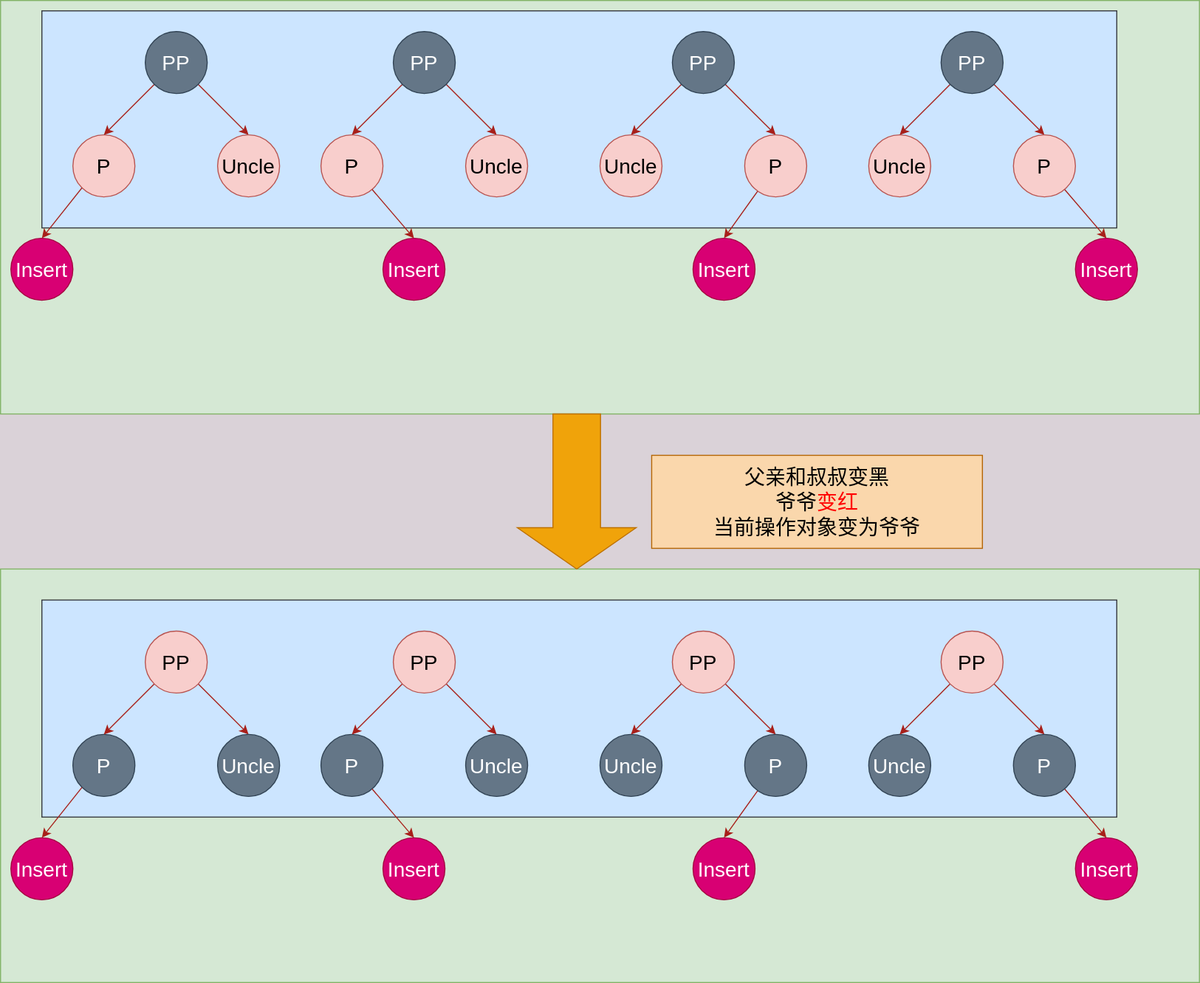
Jinhua-Lee/DsAndAlg keeps this draw.io diagram as Ds/Summary/images/红黑树_插入_父结点红_叔叔结点红.svg. Above is the earlier version. Source tidied: cells renumbered, new cells last; positions are measured from the earlier drawing's top-left corner, leaving out a move shared by most shapes.
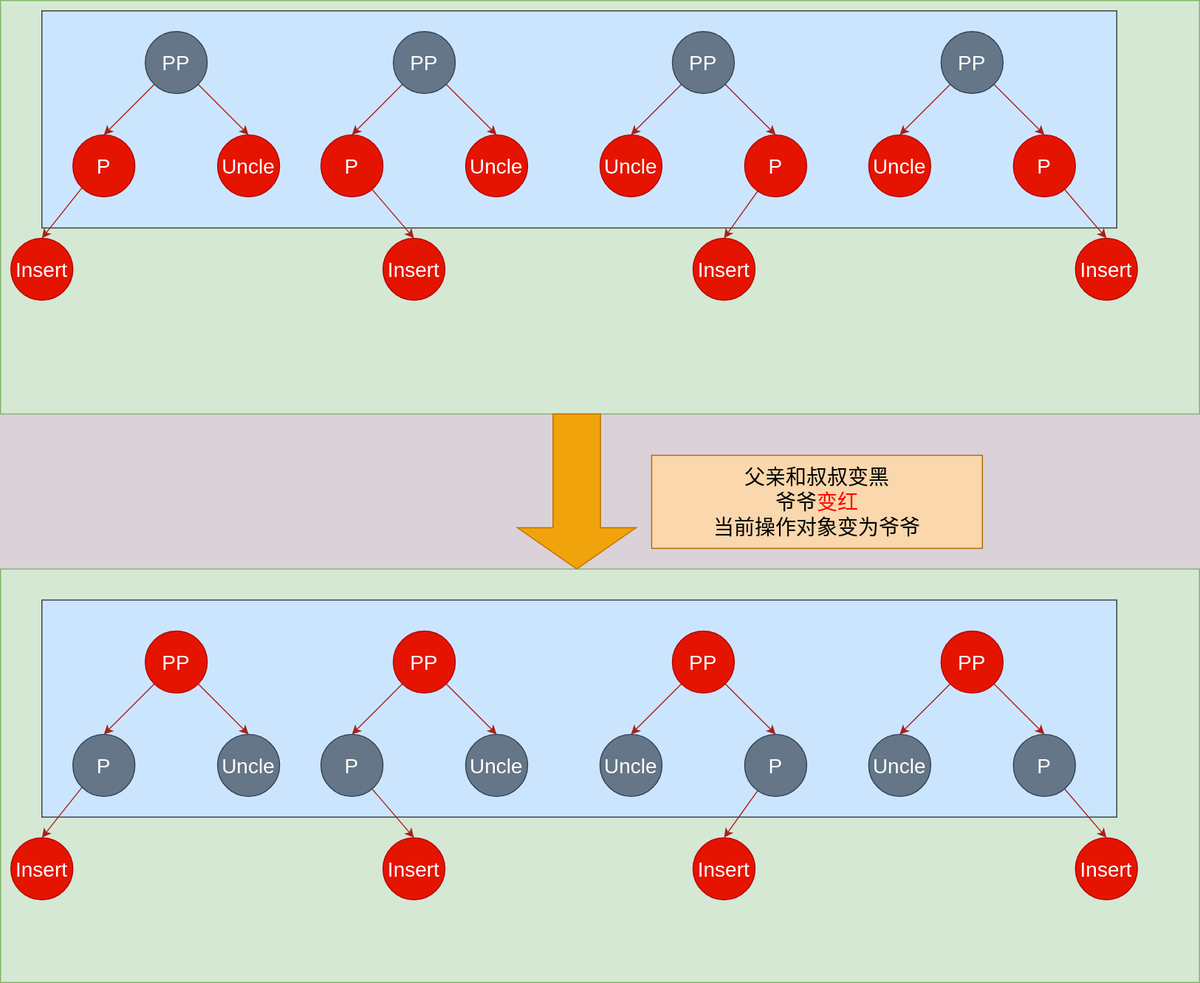
The same diagram one commit later.

The edit, as a diff of the source:
```diff
@@ -14,7 +14,7 @@
     <mxCell id="5" style="rounded=0;whiteSpace=wrap;html=1;fillColor=#cce5ff;strokeColor=#36393d;" parent="1" vertex="1">
       <mxGeometry x="40" y="580" width="1040" height="210" as="geometry" />
     </mxCell>
-    <mxCell id="6" value="&lt;font style=&quot;font-size: 20px&quot;&gt;P&lt;/font&gt;" style="ellipse;whiteSpace=wrap;html=1;fillColor=#f8cecc;strokeColor=#b85450;" parent="1" vertex="1">
+    <mxCell id="6" value="&lt;font style=&quot;font-size: 20px&quot;&gt;P&lt;/font&gt;" style="ellipse;whiteSpace=wrap;html=1;fillColor=#e51400;strokeColor=#B20000;fontColor=#ffffff;" parent="1" vertex="1">
       <mxGeometry x="70" y="130" width="60" height="60" as="geometry" />
     </mxCell>
     <mxCell id="7" style="rounded=0;jettySize=auto;html=1;exitX=0;exitY=1;exitDx=0;exitDy=0;entryX=0.5;entryY=0;entryDx=0;entryDy=0;strokeColor=#A8201A;labelBackgroundColor=#DAD2D8;fontColor=#143642;" parent="1" edge="1" source="9" target="6">
@@ -29,13 +29,13 @@
     <mxCell id="10" style="rounded=0;jettySize=auto;html=1;exitX=0;exitY=1;exitDx=0;exitDy=0;labelBackgroundColor=#DAD2D8;strokeColor=#A8201A;fontColor=#143642;entryX=0.5;entryY=0;entryDx=0;entryDy=0;" parent="1" edge="1" source="6" target="12">
       <mxGeometry relative="1" as="geometry" />
     </mxCell>
-    <mxCell id="11" value="&lt;font style=&quot;font-size: 20px&quot;&gt;Uncle&lt;/font&gt;" style="ellipse;whiteSpace=wrap;html=1;fillColor=#f8cecc;strokeColor=#b85450;" parent="1" vertex="1">
+    <mxCell id="11" value="&lt;font style=&quot;font-size: 20px&quot;&gt;Uncle&lt;/font&gt;" style="ellipse;whiteSpace=wrap;html=1;fillColor=#e51400;strokeColor=#B20000;fontColor=#ffffff;" parent="1" vertex="1">
       <mxGeometry x="210" y="130" width="60" height="60" as="geometry" />
     </mxCell>
-    <mxCell id="12" value="&lt;font style=&quot;font-size: 20px&quot;&gt;Insert&lt;/font&gt;" style="ellipse;whiteSpace=wrap;html=1;fillColor=#d80073;strokeColor=#A50040;fontColor=#ffffff;" parent="1" vertex="1">
+    <mxCell id="12" value="&lt;font style=&quot;font-size: 20px&quot;&gt;Insert&lt;/font&gt;" style="ellipse;whiteSpace=wrap;html=1;fillColor=#e51400;strokeColor=#B20000;fontColor=#ffffff;" parent="1" vertex="1">
       <mxGeometry x="10" y="230" width="60" height="60" as="geometry" />
     </mxCell>
-    <mxCell id="13" value="&lt;font style=&quot;font-size: 20px&quot;&gt;P&lt;/font&gt;" style="ellipse;whiteSpace=wrap;html=1;fillColor=#f8cecc;strokeColor=#b85450;" parent="1" vertex="1">
+    <mxCell id="13" value="&lt;font style=&quot;font-size: 20px&quot;&gt;P&lt;/font&gt;" style="ellipse;whiteSpace=wrap;html=1;fillColor=#e51400;strokeColor=#B20000;fontColor=#ffffff;" parent="1" vertex="1">
       <mxGeometry x="310" y="130" width="60" height="60" as="geometry" />
     </mxCell>
     <mxCell id="14" style="rounded=0;jettySize=auto;html=1;exitX=0;exitY=1;exitDx=0;exitDy=0;entryX=0.5;entryY=0;entryDx=0;entryDy=0;strokeColor=#A8201A;labelBackgroundColor=#DAD2D8;fontColor=#143642;" parent="1" edge="1" source="16" target="13">
@@ -50,13 +50,13 @@
     <mxCell id="17" style="rounded=0;jettySize=auto;html=1;labelBackgroundColor=#DAD2D8;strokeColor=#A8201A;fontColor=#143642;entryX=0.5;entryY=0;entryDx=0;entryDy=0;" parent="1" edge="1" source="13" target="19">
       <mxGeometry relative="1" as="geometry" />
     </mxCell>
-    <mxCell id="18" value="&lt;font style=&quot;font-size: 20px&quot;&gt;Uncle&lt;/font&gt;" style="ellipse;whiteSpace=wrap;html=1;fillColor=#f8cecc;strokeColor=#b85450;" parent="1" vertex="1">
+    <mxCell id="18" value="&lt;font style=&quot;font-size: 20px&quot;&gt;Uncle&lt;/font&gt;" style="ellipse;whiteSpace=wrap;html=1;fillColor=#e51400;strokeColor=#B20000;fontColor=#ffffff;" parent="1" vertex="1">
       <mxGeometry x="450" y="130" width="60" height="60" as="geometry" />
     </mxCell>
-    <mxCell id="19" value="&lt;font style=&quot;font-size: 20px&quot;&gt;Insert&lt;/font&gt;" style="ellipse;whiteSpace=wrap;html=1;fillColor=#d80073;strokeColor=#A50040;fontColor=#ffffff;" parent="1" vertex="1">
+    <mxCell id="19" value="&lt;font style=&quot;font-size: 20px&quot;&gt;Insert&lt;/font&gt;" style="ellipse;whiteSpace=wrap;html=1;fillColor=#e51400;strokeColor=#B20000;fontColor=#ffffff;" parent="1" vertex="1">
       <mxGeometry x="370" y="230" width="60" height="60" as="geometry" />
     </mxCell>
-    <mxCell id="20" value="&lt;span style=&quot;font-size: 20px&quot;&gt;Uncle&lt;/span&gt;" style="ellipse;whiteSpace=wrap;html=1;fillColor=#f8cecc;strokeColor=#b85450;" parent="1" vertex="1">
+    <mxCell id="20" value="&lt;span style=&quot;font-size: 20px&quot;&gt;Uncle&lt;/span&gt;" style="ellipse;whiteSpace=wrap;html=1;fillColor=#e51400;strokeColor=#B20000;fontColor=#ffffff;" parent="1" vertex="1">
       <mxGeometry x="580" y="130" width="60" height="60" as="geometry" />
     </mxCell>
     <mxCell id="21" style="rounded=0;jettySize=auto;html=1;exitX=0;exitY=1;exitDx=0;exitDy=0;entryX=0.5;entryY=0;entryDx=0;entryDy=0;strokeColor=#A8201A;labelBackgroundColor=#DAD2D8;fontColor=#143642;" parent="1" edge="1" source="23" target="20">
@@ -71,13 +71,13 @@
     <mxCell id="24" style="rounded=0;jettySize=auto;html=1;labelBackgroundColor=#DAD2D8;strokeColor=#A8201A;fontColor=#143642;entryX=0.5;entryY=0;entryDx=0;entryDy=0;" parent="1" edge="1" source="25" target="26">
       <mxGeometry relative="1" as="geometry" />
     </mxCell>
-    <mxCell id="25" value="&lt;font style=&quot;font-size: 20px&quot;&gt;P&lt;/font&gt;" style="ellipse;whiteSpace=wrap;html=1;fillColor=#f8cecc;strokeColor=#b85450;" parent="1" vertex="1">
+    <mxCell id="25" value="&lt;font style=&quot;font-size: 20px&quot;&gt;P&lt;/font&gt;" style="ellipse;whiteSpace=wrap;html=1;fillColor=#e51400;strokeColor=#B20000;fontColor=#ffffff;" parent="1" vertex="1">
       <mxGeometry x="720" y="130" width="60" height="60" as="geometry" />
     </mxCell>
-    <mxCell id="26" value="&lt;font style=&quot;font-size: 20px&quot;&gt;Insert&lt;/font&gt;" style="ellipse;whiteSpace=wrap;html=1;fillColor=#d80073;strokeColor=#A50040;fontColor=#ffffff;" parent="1" vertex="1">
+    <mxCell id="26" value="&lt;font style=&quot;font-size: 20px&quot;&gt;Insert&lt;/font&gt;" style="ellipse;whiteSpace=wrap;html=1;fillColor=#e51400;strokeColor=#B20000;fontColor=#ffffff;" parent="1" vertex="1">
       <mxGeometry x="670" y="230" width="60" height="60" as="geometry" />
     </mxCell>
-    <mxCell id="27" value="&lt;span style=&quot;font-size: 20px&quot;&gt;Uncle&lt;/span&gt;" style="ellipse;whiteSpace=wrap;html=1;fillColor=#f8cecc;strokeColor=#b85450;" parent="1" vertex="1">
+    <mxCell id="27" value="&lt;span style=&quot;font-size: 20px&quot;&gt;Uncle&lt;/span&gt;" style="ellipse;whiteSpace=wrap;html=1;fillColor=#e51400;strokeColor=#B20000;fontColor=#ffffff;" parent="1" vertex="1">
       <mxGeometry x="840" y="130" width="60" height="60" as="geometry" />
     </mxCell>
     <mxCell id="28" style="rounded=0;jettySize=auto;html=1;exitX=0;exitY=1;exitDx=0;exitDy=0;entryX=0.5;entryY=0;entryDx=0;entryDy=0;strokeColor=#A8201A;labelBackgroundColor=#DAD2D8;fontColor=#143642;" parent="1" edge="1" source="30" target="27">
@@ -92,10 +92,10 @@
     <mxCell id="31" style="rounded=0;jettySize=auto;html=1;labelBackgroundColor=#DAD2D8;strokeColor=#A8201A;fontColor=#143642;entryX=0.5;entryY=0;entryDx=0;entryDy=0;" parent="1" edge="1" source="32" target="33">
       <mxGeometry relative="1" as="geometry" />
     </mxCell>
-    <mxCell id="32" value="&lt;font style=&quot;font-size: 20px&quot;&gt;P&lt;/font&gt;" style="ellipse;whiteSpace=wrap;html=1;fillColor=#f8cecc;strokeColor=#b85450;" parent="1" vertex="1">
+    <mxCell id="32" value="&lt;font style=&quot;font-size: 20px&quot;&gt;P&lt;/font&gt;" style="ellipse;whiteSpace=wrap;html=1;fillColor=#e51400;strokeColor=#B20000;fontColor=#ffffff;" parent="1" vertex="1">
       <mxGeometry x="980" y="130" width="60" height="60" as="geometry" />
     </mxCell>
-    <mxCell id="33" value="&lt;font style=&quot;font-size: 20px&quot;&gt;Insert&lt;/font&gt;" style="ellipse;whiteSpace=wrap;html=1;fillColor=#d80073;strokeColor=#A50040;fontColor=#ffffff;" parent="1" vertex="1">
+    <mxCell id="33" value="&lt;font style=&quot;font-size: 20px&quot;&gt;Insert&lt;/font&gt;" style="ellipse;whiteSpace=wrap;html=1;fillColor=#e51400;strokeColor=#B20000;fontColor=#ffffff;" parent="1" vertex="1">
       <mxGeometry x="1040" y="230" width="60" height="60" as="geometry" />
     </mxCell>
     <mxCell id="34" value="&lt;font style=&quot;font-size: 20px&quot;&gt;P&lt;/font&gt;" style="ellipse;whiteSpace=wrap;html=1;fillColor=#647687;strokeColor=#314354;fontColor=#ffffff;" parent="1" vertex="1">
@@ -107,7 +107,7 @@
     <mxCell id="36" style="edgeStyle=none;rounded=0;jettySize=auto;html=1;exitX=1;exitY=1;exitDx=0;exitDy=0;entryX=0.5;entryY=0;entryDx=0;entryDy=0;labelBackgroundColor=#DAD2D8;strokeColor=#A8201A;fontColor=#143642;" parent="1" edge="1" source="37" target="39">
       <mxGeometry relative="1" as="geometry" />
     </mxCell>
-    <mxCell id="37" value="&lt;font style=&quot;font-size: 20px&quot;&gt;PP&lt;/font&gt;" style="ellipse;whiteSpace=wrap;html=1;fillColor=#f8cecc;strokeColor=#b85450;fontColor=#000000;" parent="1" vertex="1">
+    <mxCell id="37" value="&lt;font style=&quot;font-size: 20px&quot;&gt;PP&lt;/font&gt;" style="ellipse;whiteSpace=wrap;html=1;fillColor=#e51400;strokeColor=#B20000;fontColor=#ffffff;" parent="1" vertex="1">
       <mxGeometry x="140" y="610" width="60" height="60" as="geometry" />
     </mxCell>
     <mxCell id="38" style="rounded=0;jettySize=auto;html=1;exitX=0;exitY=1;exitDx=0;exitDy=0;labelBackgroundColor=#DAD2D8;strokeColor=#A8201A;fontColor=#143642;entryX=0.5;entryY=0;entryDx=0;entryDy=0;" parent="1" edge="1" source="34" target="40">
@@ -116,7 +116,7 @@
     <mxCell id="39" value="&lt;font style=&quot;font-size: 20px&quot;&gt;Uncle&lt;/font&gt;" style="ellipse;whiteSpace=wrap;html=1;fillColor=#647687;strokeColor=#314354;fontColor=#ffffff;" parent="1" vertex="1">
       <mxGeometry x="210" y="710" width="60" height="60" as="geometry" />
     </mxCell>
-    <mxCell id="40" value="&lt;font style=&quot;font-size: 20px&quot;&gt;Insert&lt;/font&gt;" style="ellipse;whiteSpace=wrap;html=1;fillColor=#d80073;strokeColor=#A50040;fontColor=#ffffff;" parent="1" vertex="1">
+    <mxCell id="40" value="&lt;font style=&quot;font-size: 20px&quot;&gt;Insert&lt;/font&gt;" style="ellipse;whiteSpace=wrap;html=1;fillColor=#e51400;strokeColor=#B20000;fontColor=#ffffff;" parent="1" vertex="1">
       <mxGeometry x="10" y="810" width="60" height="60" as="geometry" />
     </mxCell>
     <mxCell id="41" value="&lt;font style=&quot;font-size: 20px&quot;&gt;P&lt;/font&gt;" style="ellipse;whiteSpace=wrap;html=1;fillColor=#647687;strokeColor=#314354;fontColor=#ffffff;" parent="1" vertex="1">
@@ -128,7 +128,7 @@
     <mxCell id="43" style="edgeStyle=none;rounded=0;jettySize=auto;html=1;exitX=1;exitY=1;exitDx=0;exitDy=0;entryX=0.5;entryY=0;entryDx=0;entryDy=0;labelBackgroundColor=#DAD2D8;strokeColor=#A8201A;fontColor=#143642;" parent="1" edge="1" source="44" target="46">
       <mxGeometry relative="1" as="geometry" />
     </mxCell>
-    <mxCell id="44" value="&lt;font style=&quot;font-size: 20px&quot;&gt;PP&lt;/font&gt;" style="ellipse;whiteSpace=wrap;html=1;fillColor=#f8cecc;strokeColor=#b85450;fontColor=#000000;" parent="1" vertex="1">
+    <mxCell id="44" value="&lt;font style=&quot;font-size: 20px&quot;&gt;PP&lt;/font&gt;" style="ellipse;whiteSpace=wrap;html=1;fillColor=#e51400;strokeColor=#B20000;fontColor=#ffffff;" parent="1" vertex="1">
       <mxGeometry x="380" y="610" width="60" height="60" as="geometry" />
     </mxCell>
     <mxCell id="45" style="rounded=0;jettySize=auto;html=1;labelBackgroundColor=#DAD2D8;strokeColor=#A8201A;fontColor=#143642;entryX=0.5;entryY=0;entryDx=0;entryDy=0;" parent="1" edge="1" source="41" target="47">
@@ -137,7 +137,7 @@
     <mxCell id="46" value="&lt;font style=&quot;font-size: 20px&quot;&gt;Uncle&lt;/font&gt;" style="ellipse;whiteSpace=wrap;html=1;fillColor=#647687;strokeColor=#314354;fontColor=#ffffff;" parent="1" vertex="1">
       <mxGeometry x="450" y="710" width="60" height="60" as="geometry" />
     </mxCell>
-    <mxCell id="47" value="&lt;font style=&quot;font-size: 20px&quot;&gt;Insert&lt;/font&gt;" style="ellipse;whiteSpace=wrap;html=1;fillColor=#d80073;strokeColor=#A50040;fontColor=#ffffff;" parent="1" vertex="1">
+    <mxCell id="47" value="&lt;font style=&quot;font-size: 20px&quot;&gt;Insert&lt;/font&gt;" style="ellipse;whiteSpace=wrap;html=1;fillColor=#e51400;strokeColor=#B20000;fontColor=#ffffff;" parent="1" vertex="1">
       <mxGeometry x="370" y="810" width="60" height="60" as="geometry" />
     </mxCell>
     <mxCell id="48" value="&lt;span style=&quot;font-size: 20px&quot;&gt;Uncle&lt;/span&gt;" style="ellipse;whiteSpace=wrap;html=1;fillColor=#647687;strokeColor=#314354;fontColor=#ffffff;" parent="1" vertex="1">
@@ -149,7 +149,7 @@
     <mxCell id="50" style="edgeStyle=none;rounded=0;jettySize=auto;html=1;exitX=1;exitY=1;exitDx=0;exitDy=0;entryX=0.5;entryY=0;entryDx=0;entryDy=0;labelBackgroundColor=#DAD2D8;strokeColor=#A8201A;fontColor=#143642;" parent="1" edge="1" source="51" target="53">
       <mxGeometry relative="1" as="geometry" />
     </mxCell>
-    <mxCell id="51" value="&lt;font style=&quot;font-size: 20px&quot;&gt;PP&lt;/font&gt;" style="ellipse;whiteSpace=wrap;html=1;fillColor=#f8cecc;strokeColor=#b85450;fontColor=#000000;" parent="1" vertex="1">
+    <mxCell id="51" value="&lt;font style=&quot;font-size: 20px&quot;&gt;PP&lt;/font&gt;" style="ellipse;whiteSpace=wrap;html=1;fillColor=#e51400;strokeColor=#B20000;fontColor=#ffffff;" parent="1" vertex="1">
       <mxGeometry x="650" y="610" width="60" height="60" as="geometry" />
     </mxCell>
     <mxCell id="52" style="rounded=0;jettySize=auto;html=1;labelBackgroundColor=#DAD2D8;strokeColor=#A8201A;fontColor=#143642;entryX=0.5;entryY=0;entryDx=0;entryDy=0;" parent="1" edge="1" source="53" target="54">
@@ -158,7 +158,7 @@
     <mxCell id="53" value="&lt;font style=&quot;font-size: 20px&quot;&gt;P&lt;/font&gt;" style="ellipse;whiteSpace=wrap;html=1;fillColor=#647687;strokeColor=#314354;fontColor=#ffffff;" parent="1" vertex="1">
       <mxGeometry x="720" y="710" width="60" height="60" as="geometry" />
     </mxCell>
-    <mxCell id="54" value="&lt;font style=&quot;font-size: 20px&quot;&gt;Insert&lt;/font&gt;" style="ellipse;whiteSpace=wrap;html=1;fillColor=#d80073;strokeColor=#A50040;fontColor=#ffffff;" parent="1" vertex="1">
+    <mxCell id="54" value="&lt;font style=&quot;font-size: 20px&quot;&gt;Insert&lt;/font&gt;" style="ellipse;whiteSpace=wrap;html=1;fillColor=#e51400;strokeColor=#B20000;fontColor=#ffffff;" parent="1" vertex="1">
       <mxGeometry x="670" y="810" width="60" height="60" as="geometry" />
     </mxCell>
     <mxCell id="55" value="&lt;span style=&quot;font-size: 20px&quot;&gt;Uncle&lt;/span&gt;" style="ellipse;whiteSpace=wrap;html=1;fillColor=#647687;strokeColor=#314354;fontColor=#ffffff;" parent="1" vertex="1">
@@ -170,7 +170,7 @@
     <mxCell id="57" style="edgeStyle=none;rounded=0;jettySize=auto;html=1;exitX=1;exitY=1;exitDx=0;exitDy=0;entryX=0.5;entryY=0;entryDx=0;entryDy=0;labelBackgroundColor=#DAD2D8;strokeColor=#A8201A;fontColor=#143642;" parent="1" edge="1" source="58" target="60">
       <mxGeometry relative="1" as="geometry" />
     </mxCell>
-    <mxCell id="58" value="&lt;font style=&quot;font-size: 20px&quot;&gt;PP&lt;/font&gt;" style="ellipse;whiteSpace=wrap;html=1;fillColor=#f8cecc;strokeColor=#b85450;fontColor=#000000;" parent="1" vertex="1">
+    <mxCell id="58" value="&lt;font style=&quot;font-size: 20px&quot;&gt;PP&lt;/font&gt;" style="ellipse;whiteSpace=wrap;html=1;fillColor=#e51400;strokeColor=#B20000;fontColor=#ffffff;" parent="1" vertex="1">
       <mxGeometry x="910" y="610" width="60" height="60" as="geometry" />
     </mxCell>
     <mxCell id="59" style="rounded=0;jettySize=auto;html=1;labelBackgroundColor=#DAD2D8;strokeColor=#A8201A;fontColor=#143642;entryX=0.5;entryY=0;entryDx=0;entryDy=0;" parent="1" edge="1" source="60" target="61">
@@ -179,7 +179,7 @@
     <mxCell id="60" value="&lt;font style=&quot;font-size: 20px&quot;&gt;P&lt;/font&gt;" style="ellipse;whiteSpace=wrap;html=1;fillColor=#647687;strokeColor=#314354;fontColor=#ffffff;" parent="1" vertex="1">
       <mxGeometry x="980" y="710" width="60" height="60" as="geometry" />
     </mxCell>
-    <mxCell id="61" value="&lt;font style=&quot;font-size: 20px&quot;&gt;Insert&lt;/font&gt;" style="ellipse;whiteSpace=wrap;html=1;fillColor=#d80073;strokeColor=#A50040;fontColor=#ffffff;" parent="1" vertex="1">
+    <mxCell id="61" value="&lt;font style=&quot;font-size: 20px&quot;&gt;Insert&lt;/font&gt;" style="ellipse;whiteSpace=wrap;html=1;fillColor=#e51400;strokeColor=#B20000;fontColor=#ffffff;" parent="1" vertex="1">
       <mxGeometry x="1040" y="810" width="60" height="60" as="geometry" />
     </mxCell>
     <mxCell id="62" style="html=1;shadow=0;dashed=0;align=center;verticalAlign=middle;shape=mxgraph.arrows2.arrow;dy=0.6;dx=40;notch=0;direction=south;fillColor=#f0a30a;strokeColor=#BD7000;fontColor=#ffffff;" parent="1" vertex="1">
```
